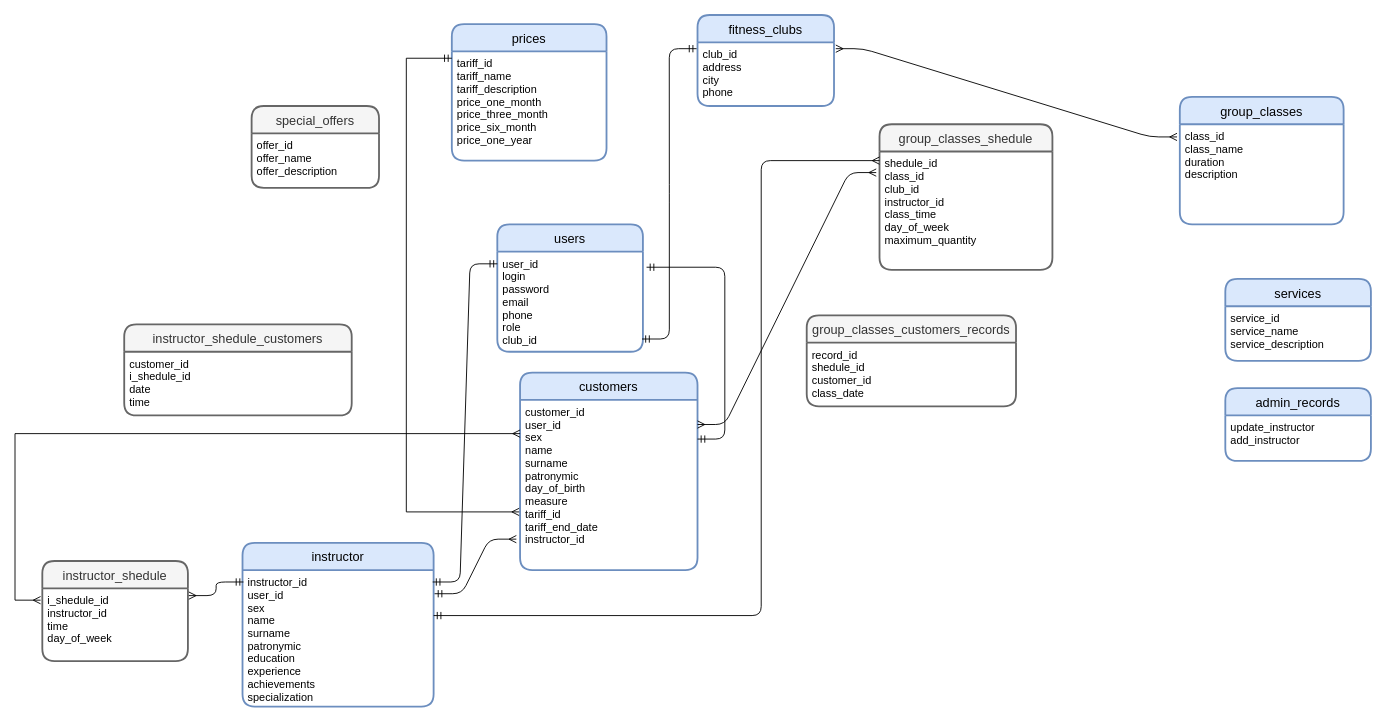
This is course_project_new.drawio from LyubaxaPro/database_course_project, a draw.io file, before an edit. Source tidied: cells renumbered, new cells numbered last; positions are measured from the earlier drawing's top-left corner, leaving out a move shared by most shapes. Both pictures are drawn from the tidied source at 91%, with x=0, y=0 at pixel (15, 15).
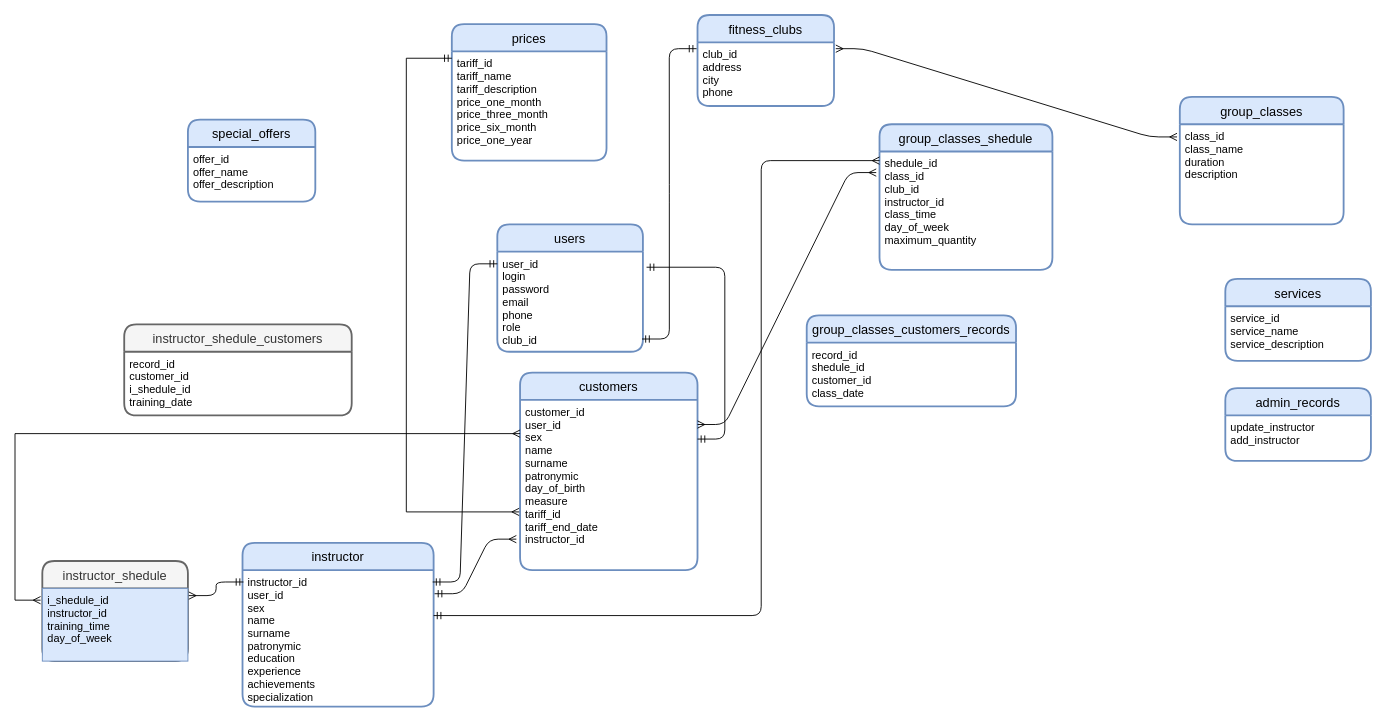
Above is the later version.

Unchanged cells that the change refers to:
```xml
<mxCell id="26" value="instructor_shedule" style="swimlane;horizontal=1;startSize=30;rounded=1;fontSize=14;fontStyle=0;strokeWidth=2;shadow=0;dashed=0;align=center;fillColor=#f5f5f5;strokeColor=#666666;fontColor=#333333;" parent="1" vertex="1">
  <mxGeometry x="30" y="600" width="160" height="110" as="geometry" />
</mxCell>
<mxCell id="29" value="instructor_shedule_customers" style="swimlane;horizontal=1;startSize=30;rounded=1;fontSize=14;fontStyle=0;strokeWidth=2;shadow=0;dashed=0;align=center;fillColor=#f5f5f5;strokeColor=#666666;fontColor=#333333;" parent="1" vertex="1">
  <mxGeometry x="120" y="340" width="250" height="100" as="geometry" />
</mxCell>
```

Change to the diagram source:
```diff
@@
-    <mxCell id="11" value="special_offers" style="swimlane;horizontal=1;startSize=30;rounded=1;fontSize=14;fontStyle=0;strokeWidth=2;shadow=0;dashed=0;align=center;fillColor=#f5f5f5;strokeColor=#666666;fontColor=#333333;" parent="1" vertex="1">
-      <mxGeometry x="260" y="100" width="140" height="90" as="geometry" />
+    <mxCell id="11" value="special_offers" style="swimlane;horizontal=1;startSize=30;rounded=1;fontSize=14;fontStyle=0;strokeWidth=2;shadow=0;dashed=0;align=center;fillColor=#dae8fc;strokeColor=#6c8ebf;" parent="1" vertex="1">
+      <mxGeometry x="190" y="115" width="140" height="90" as="geometry" />
     </mxCell>
@@
-    <mxCell id="20" value="group_classes_shedule" style="swimlane;horizontal=1;startSize=30;rounded=1;fontSize=14;fontStyle=0;strokeWidth=2;shadow=0;dashed=0;align=center;fillColor=#f5f5f5;strokeColor=#666666;fontColor=#333333;" parent="1" vertex="1">
+    <mxCell id="20" value="group_classes_shedule" style="swimlane;horizontal=1;startSize=30;rounded=1;fontSize=14;fontStyle=0;strokeWidth=2;shadow=0;dashed=0;align=center;fillColor=#dae8fc;strokeColor=#6c8ebf;" parent="1" vertex="1">
       <mxGeometry x="950" y="120" width="190" height="160" as="geometry" />
     </mxCell>
@@
-    <mxCell id="27" value="i_shedule_id&#10;instructor_id&#10;time&#10;day_of_week" style="align=left;strokeColor=none;fillColor=none;spacingLeft=4;fontSize=12;verticalAlign=top;" parent="26" vertex="1">
+    <mxCell id="27" value="i_shedule_id&#10;instructor_id&#10;training_time&#10;day_of_week" style="align=left;strokeColor=#6c8ebf;fillColor=#dae8fc;spacingLeft=4;fontSize=12;verticalAlign=top;" parent="26" vertex="1">
       <mxGeometry y="30" width="160" height="80" as="geometry" />
     </mxCell>
@@
-    <mxCell id="30" value="customer_id&#10;i_shedule_id&#10;date&#10;time" style="align=left;strokeColor=none;fillColor=none;spacingLeft=4;fontSize=12;verticalAlign=top;" parent="29" vertex="1">
+    <mxCell id="30" value="record_id&#10;customer_id&#10;i_shedule_id&#10;training_date&#10;" style="align=left;strokeColor=none;fillColor=none;spacingLeft=4;fontSize=12;verticalAlign=top;" parent="29" vertex="1">
       <mxGeometry y="30" width="250" height="70" as="geometry" />
     </mxCell>
@@
-    <mxCell id="32" value="group_classes_customers_records" style="swimlane;horizontal=1;startSize=30;rounded=1;fontSize=14;fontStyle=0;strokeWidth=2;shadow=0;dashed=0;align=center;fillColor=#f5f5f5;strokeColor=#666666;fontColor=#333333;" parent="1" vertex="1">
+    <mxCell id="32" value="group_classes_customers_records" style="swimlane;horizontal=1;startSize=30;rounded=1;fontSize=14;fontStyle=0;strokeWidth=2;shadow=0;dashed=0;align=center;fillColor=#dae8fc;strokeColor=#6c8ebf;" parent="1" vertex="1">
       <mxGeometry x="870" y="330" width="230" height="100" as="geometry" />
     </mxCell>
```
